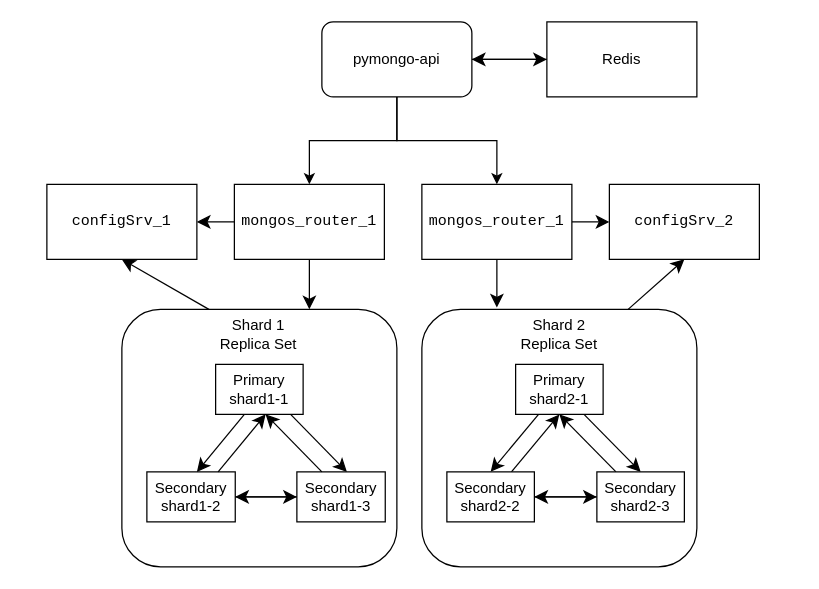
Earlier version of the draw.io diagram docs/task1/third_option.drawio (ayakhont/architecture-black_friday). Source tidied: cells renumbered, new cells numbered last; positions are measured from the earlier drawing's top-left corner, leaving out a move shared by most shapes. Both pictures are drawn from the tidied source at 125%, with x=0, y=0 at pixel (46, 21).
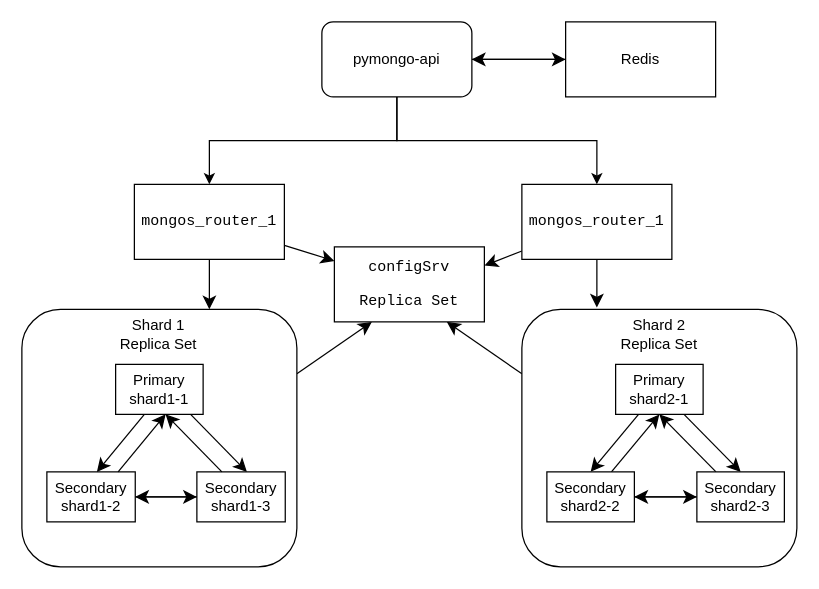
After the change.

Unchanged cells that the change refers to:
```xml
<mxCell id="4" value="pymongo-api" style="rounded=1;whiteSpace=wrap;html=1;" parent="1" vertex="1">
  <mxGeometry x="220" width="120" height="60" as="geometry" />
</mxCell>
```

What changed in the source:
```diff
@@
-    <mxCell id="2" style="edgeStyle=none;curved=1;rounded=0;jettySize=auto;html=1;entryX=0.5;entryY=1;entryDx=0;entryDy=0;fontSize=12;startSize=8;endSize=8;exitX=0.25;exitY=0;exitDx=0;exitDy=0;" parent="1" edge="1" source="22" target="11">
-      <mxGeometry relative="1" as="geometry" />
-    </mxCell>
-    <mxCell id="3" style="edgeStyle=none;curved=1;rounded=0;jettySize=auto;html=1;fontSize=12;startSize=8;endSize=8;" parent="1" edge="1" source="4" target="42">
-      <mxGeometry relative="1" as="geometry" />
+    <mxCell id="3" style="edgeStyle=none;curved=1;rounded=0;jettySize=auto;html=1;fontSize=12;startSize=8;endSize=8;" parent="1" edge="1" target="42">
+      <mxGeometry relative="1" as="geometry">
+        <mxPoint x="340" y="30" as="sourcePoint" />
+      </mxGeometry>
     </mxCell>
+    <mxCell id="41" style="edgeStyle=none;curved=1;rounded=0;jettySize=auto;html=1;entryX=1;entryY=0.5;entryDx=0;entryDy=0;fontSize=12;startSize=8;endSize=8;" parent="1" edge="1" source="42">
+      <mxGeometry relative="1" as="geometry">
+        <mxPoint x="340" y="30" as="targetPoint" />
+      </mxGeometry>
+    </mxCell>
+    <mxCell id="42" value="Redis" style="rounded=0;whiteSpace=wrap;html=1;" parent="1" vertex="1">
+      <mxGeometry x="415" width="120" height="60" as="geometry" />
+    </mxCell>
+    <mxCell id="43" style="edgeStyle=none;curved=1;rounded=0;jettySize=auto;html=1;entryX=0.25;entryY=1;entryDx=0;entryDy=0;fontSize=12;startSize=8;endSize=8;exitX=1;exitY=0.25;exitDx=0;exitDy=0;" parent="1" edge="1" source="55" target="50">
+      <mxGeometry relative="1" as="geometry" />
+    </mxCell>
@@
-    <mxCell id="5" style="edgeStyle=orthogonalEdgeStyle;rounded=0;jettySize=auto;html=1;exitX=0.5;exitY=1;exitDx=0;exitDy=0;entryX=0.5;entryY=0;entryDx=0;entryDy=0;" parent="1" edge="1" source="4" target="7">
-      <mxGeometry relative="1" as="geometry" />
-    </mxCell>
-    <mxCell id="6" style="edgeStyle=none;curved=1;rounded=0;jettySize=auto;html=1;fontSize=12;startSize=8;endSize=8;" parent="1" edge="1" source="7" target="11">
-      <mxGeometry relative="1" as="geometry" />
-    </mxCell>
-    <mxCell id="7" value="&lt;pre class=&quot;code-block__code-wrapper&quot;&gt;&lt;code class=&quot;code-block__code bash&quot;&gt;mongos_router_1&lt;/code&gt;&lt;/pre&gt;" style="rounded=0;whiteSpace=wrap;html=1;" parent="1" vertex="1">
-      <mxGeometry x="150" y="130" width="120" height="60" as="geometry" />
-    </mxCell>
-    <mxCell id="8" style="edgeStyle=none;curved=1;rounded=0;jettySize=auto;html=1;fontSize=12;startSize=8;endSize=8;" parent="1" edge="1" source="9" target="12">
-      <mxGeometry relative="1" as="geometry" />
-    </mxCell>
-    <mxCell id="9" value="&lt;pre class=&quot;code-block__code-wrapper&quot;&gt;&lt;code class=&quot;code-block__code bash&quot;&gt;mongos_router_1&lt;/code&gt;&lt;/pre&gt;" style="rounded=0;whiteSpace=wrap;html=1;" parent="1" vertex="1">
-      <mxGeometry x="300" y="130" width="120" height="60" as="geometry" />
-    </mxCell>
-    <mxCell id="10" style="edgeStyle=orthogonalEdgeStyle;rounded=0;jettySize=auto;html=1;exitX=0.5;exitY=1;exitDx=0;exitDy=0;" parent="1" edge="1" source="4" target="9">
-      <mxGeometry relative="1" as="geometry" />
-    </mxCell>
-    <mxCell id="11" value="&lt;pre class=&quot;code-block__code-wrapper&quot;&gt;&lt;code class=&quot;code-block__code bash&quot;&gt;configSrv_1&lt;/code&gt;&lt;/pre&gt;" style="rounded=0;whiteSpace=wrap;html=1;" parent="1" vertex="1">
-      <mxGeometry y="130" width="120" height="60" as="geometry" />
-    </mxCell>
-    <mxCell id="12" value="&lt;pre class=&quot;code-block__code-wrapper&quot;&gt;&lt;code class=&quot;code-block__code bash&quot;&gt;configSrv_2&lt;/code&gt;&lt;/pre&gt;" style="rounded=0;whiteSpace=wrap;html=1;" parent="1" vertex="1">
-      <mxGeometry x="450" y="130" width="120" height="60" as="geometry" />
-    </mxCell>
-    <mxCell id="13" style="edgeStyle=none;curved=1;rounded=0;jettySize=auto;html=1;entryX=0.5;entryY=1;entryDx=0;entryDy=0;fontSize=12;startSize=8;endSize=8;exitX=0.75;exitY=0;exitDx=0;exitDy=0;" parent="1" edge="1" source="30" target="12">
-      <mxGeometry relative="1" as="geometry" />
-    </mxCell>
-    <mxCell id="14" style="edgeStyle=none;curved=1;rounded=0;jettySize=auto;html=1;entryX=0.5;entryY=0;entryDx=0;entryDy=0;entryPerimeter=0;fontSize=12;startSize=8;endSize=8;" parent="1" edge="1" source="7">
-      <mxGeometry relative="1" as="geometry">
-        <mxPoint x="210" y="230" as="targetPoint" />
-      </mxGeometry>
-    </mxCell>
-    <mxCell id="15" style="edgeStyle=none;curved=1;rounded=0;jettySize=auto;html=1;entryX=0.5;entryY=0;entryDx=0;entryDy=0;entryPerimeter=0;fontSize=12;startSize=8;endSize=8;" parent="1" edge="1" source="9">
-      <mxGeometry relative="1" as="geometry">
-        <mxPoint x="360" y="228.5" as="targetPoint" />
-      </mxGeometry>
-    </mxCell>
-    <mxCell id="16" style="group;" parent="1" vertex="1">
-      <mxGeometry x="60" y="230" width="220" height="206" as="geometry" />
-    </mxCell>
-    <mxCell id="17" style="rounded=1;whiteSpace=wrap;html=1;" parent="16" vertex="1">
-      <mxGeometry width="220" height="206" as="geometry" />
-    </mxCell>
+    <mxCell id="44" style="edgeStyle=orthogonalEdgeStyle;rounded=0;jettySize=auto;html=1;exitX=0.5;exitY=1;exitDx=0;exitDy=0;entryX=0.5;entryY=0;entryDx=0;entryDy=0;" parent="1" edge="1" source="4" target="46">
+      <mxGeometry relative="1" as="geometry" />
+    </mxCell>
+    <mxCell id="45" style="edgeStyle=none;curved=1;rounded=0;jettySize=auto;html=1;fontSize=12;startSize=8;endSize=8;" parent="1" edge="1" source="46" target="50">
+      <mxGeometry relative="1" as="geometry" />
+    </mxCell>
+    <mxCell id="46" value="&lt;pre class=&quot;code-block__code-wrapper&quot;&gt;&lt;code class=&quot;code-block__code bash&quot;&gt;mongos_router_1&lt;/code&gt;&lt;/pre&gt;" style="rounded=0;whiteSpace=wrap;html=1;" parent="1" vertex="1">
+      <mxGeometry x="70" y="130" width="120" height="60" as="geometry" />
+    </mxCell>
+    <mxCell id="47" style="edgeStyle=none;curved=1;rounded=0;jettySize=auto;html=1;fontSize=12;startSize=8;endSize=8;entryX=1;entryY=0.25;entryDx=0;entryDy=0;" parent="1" edge="1" source="48" target="50">
+      <mxGeometry relative="1" as="geometry" />
+    </mxCell>
+    <mxCell id="48" value="&lt;pre class=&quot;code-block__code-wrapper&quot;&gt;&lt;code class=&quot;code-block__code bash&quot;&gt;mongos_router_1&lt;/code&gt;&lt;/pre&gt;" style="rounded=0;whiteSpace=wrap;html=1;" parent="1" vertex="1">
+      <mxGeometry x="380" y="130" width="120" height="60" as="geometry" />
+    </mxCell>
+    <mxCell id="49" style="edgeStyle=orthogonalEdgeStyle;rounded=0;jettySize=auto;html=1;exitX=0.5;exitY=1;exitDx=0;exitDy=0;" parent="1" edge="1" source="4" target="48">
+      <mxGeometry relative="1" as="geometry" />
+    </mxCell>
+    <mxCell id="50" value="&lt;pre class=&quot;code-block__code-wrapper&quot;&gt;&lt;code class=&quot;code-block__code bash&quot;&gt;configSrv&lt;/code&gt;&lt;/pre&gt;&lt;pre class=&quot;code-block__code-wrapper&quot;&gt;&lt;code class=&quot;code-block__code bash&quot;&gt;Replica Set&lt;/code&gt;&lt;/pre&gt;" style="rounded=0;whiteSpace=wrap;html=1;" parent="1" vertex="1">
+      <mxGeometry x="230" y="180" width="120" height="60" as="geometry" />
+    </mxCell>
+    <mxCell id="51" style="edgeStyle=none;curved=1;rounded=0;jettySize=auto;html=1;entryX=0.75;entryY=1;entryDx=0;entryDy=0;fontSize=12;startSize=8;endSize=8;exitX=0;exitY=0.25;exitDx=0;exitDy=0;" parent="1" edge="1" source="63" target="50">
+      <mxGeometry relative="1" as="geometry" />
+    </mxCell>
+    <mxCell id="52" style="edgeStyle=none;curved=1;rounded=0;jettySize=auto;html=1;entryX=0.5;entryY=0;entryDx=0;entryDy=0;entryPerimeter=0;fontSize=12;startSize=8;endSize=8;" parent="1" edge="1" source="46">
+      <mxGeometry relative="1" as="geometry">
+        <mxPoint x="130" y="230" as="targetPoint" />
+      </mxGeometry>
+    </mxCell>
+    <mxCell id="53" style="edgeStyle=none;curved=1;rounded=0;jettySize=auto;html=1;entryX=0.5;entryY=0;entryDx=0;entryDy=0;entryPerimeter=0;fontSize=12;startSize=8;endSize=8;" parent="1" edge="1" source="48">
+      <mxGeometry relative="1" as="geometry">
+        <mxPoint x="440" y="228.5" as="targetPoint" />
+      </mxGeometry>
+    </mxCell>
+    <mxCell id="54" style="group;" parent="1" vertex="1">
+      <mxGeometry x="-20" y="230" width="220" height="206" as="geometry" />
+    </mxCell>
+    <mxCell id="55" style="rounded=1;whiteSpace=wrap;html=1;" parent="54" vertex="1">
+      <mxGeometry width="220" height="206" as="geometry" />
+    </mxCell>
-    <mxCell id="18" value="&lt;div&gt;Primary&lt;/div&gt;&lt;div&gt;shard1-1&lt;/div&gt;" style="rounded=0;whiteSpace=wrap;html=1;" parent="16" vertex="1">
+    <mxCell id="18" value="&lt;div&gt;Primary&lt;/div&gt;&lt;div&gt;shard1-1&lt;/div&gt;" style="rounded=0;whiteSpace=wrap;html=1;" parent="54" vertex="1">
       <mxGeometry x="75" y="44" width="70" height="40" as="geometry" />
     </mxCell>
-    <mxCell id="19" style="edgeStyle=none;curved=1;rounded=0;jettySize=auto;html=1;fontSize=12;startSize=8;endSize=8;" parent="16" edge="1" source="20">
-      <mxGeometry relative="1" as="geometry">
-        <mxPoint x="140" y="150" as="targetPoint" />
-      </mxGeometry>
-    </mxCell>
+    <mxCell id="56" style="edgeStyle=none;curved=1;rounded=0;jettySize=auto;html=1;fontSize=12;startSize=8;endSize=8;" parent="54" edge="1" source="20">
+      <mxGeometry relative="1" as="geometry">
+        <mxPoint x="140" y="150" as="targetPoint" />
+      </mxGeometry>
+    </mxCell>
-    <mxCell id="20" value="&lt;div&gt;Secondary&lt;/div&gt;&lt;div&gt;shard1-2&lt;/div&gt;" style="rounded=0;whiteSpace=wrap;html=1;" parent="16" vertex="1">
+    <mxCell id="20" value="&lt;div&gt;Secondary&lt;/div&gt;&lt;div&gt;shard1-2&lt;/div&gt;" style="rounded=0;whiteSpace=wrap;html=1;" parent="54" vertex="1">
       <mxGeometry x="20" y="130" width="70.7" height="40" as="geometry" />
     </mxCell>
-    <mxCell id="21" value="&lt;div&gt;Secondary&lt;/div&gt;&lt;div&gt;shard1-3&lt;/div&gt;" style="rounded=0;whiteSpace=wrap;html=1;" parent="16" vertex="1">
+    <mxCell id="21" value="&lt;div&gt;Secondary&lt;/div&gt;&lt;div&gt;shard1-3&lt;/div&gt;" style="rounded=0;whiteSpace=wrap;html=1;" parent="54" vertex="1">
       <mxGeometry x="140" y="130" width="70.7" height="40" as="geometry" />
     </mxCell>
-    <mxCell id="22" value="&lt;div&gt;Shard 1&lt;/div&gt;&lt;div&gt;Replica Set&lt;/div&gt;" style="text;html=1;whiteSpace=wrap;strokeColor=none;fillColor=none;align=center;verticalAlign=middle;rounded=0;" parent="16" vertex="1">
+    <mxCell id="22" value="&lt;div&gt;Shard 1&lt;/div&gt;&lt;div&gt;Replica Set&lt;/div&gt;" style="text;html=1;whiteSpace=wrap;strokeColor=none;fillColor=none;align=center;verticalAlign=middle;rounded=0;" parent="54" vertex="1">
       <mxGeometry x="29.3" width="161.3" height="40" as="geometry" />
     </mxCell>
-    <mxCell id="23" style="edgeStyle=none;curved=1;rounded=0;orthogonalLoop=1;jettySize=auto;html=1;entryX=1;entryY=0.5;entryDx=0;entryDy=0;fontSize=12;startSize=8;endSize=8;" parent="16" edge="1" source="22" target="22">
+    <mxCell id="23" style="edgeStyle=none;curved=1;rounded=0;orthogonalLoop=1;jettySize=auto;html=1;entryX=1;entryY=0.5;entryDx=0;entryDy=0;fontSize=12;startSize=8;endSize=8;" parent="54" edge="1" source="22" target="22">
       <mxGeometry relative="1" as="geometry" />
     </mxCell>
-    <mxCell id="24" style="edgeStyle=none;curved=1;rounded=0;orthogonalLoop=1;jettySize=auto;html=1;entryX=0.5;entryY=0;entryDx=0;entryDy=0;fontSize=12;startSize=8;endSize=8;" parent="16" edge="1">
-      <mxGeometry relative="1" as="geometry">
-        <mxPoint x="98" y="84" as="sourcePoint" />
-        <mxPoint x="60" y="130" as="targetPoint" />
-      </mxGeometry>
-    </mxCell>
-    <mxCell id="25" style="edgeStyle=none;curved=1;rounded=0;orthogonalLoop=1;jettySize=auto;html=1;entryX=0.5;entryY=0;entryDx=0;entryDy=0;fontSize=12;startSize=8;endSize=8;" parent="16" edge="1">
-      <mxGeometry relative="1" as="geometry">
-        <mxPoint x="135" y="84" as="sourcePoint" />
-        <mxPoint x="180" y="130" as="targetPoint" />
-      </mxGeometry>
-    </mxCell>
-    <mxCell id="26" style="edgeStyle=none;curved=1;rounded=0;orthogonalLoop=1;jettySize=auto;html=1;entryX=0.5;entryY=1;entryDx=0;entryDy=0;fontSize=12;startSize=8;endSize=8;" parent="16" edge="1">
-      <mxGeometry relative="1" as="geometry">
-        <mxPoint x="77" y="130" as="sourcePoint" />
-        <mxPoint x="115" y="84" as="targetPoint" />
-      </mxGeometry>
-    </mxCell>
-    <mxCell id="27" style="edgeStyle=none;curved=1;rounded=0;jettySize=auto;html=1;fontSize=12;startSize=8;endSize=8;" parent="16" edge="1" target="20">
-      <mxGeometry relative="1" as="geometry">
-        <mxPoint x="140" y="150" as="sourcePoint" />
-      </mxGeometry>
-    </mxCell>
-    <mxCell id="28" style="edgeStyle=none;curved=1;rounded=0;orthogonalLoop=1;jettySize=auto;html=1;entryX=0.5;entryY=1;entryDx=0;entryDy=0;fontSize=12;startSize=8;endSize=8;" parent="16" edge="1">
-      <mxGeometry relative="1" as="geometry">
-        <mxPoint x="160" y="130" as="sourcePoint" />
-        <mxPoint x="115" y="84" as="targetPoint" />
-      </mxGeometry>
-    </mxCell>
-    <mxCell id="29" style="group;" parent="1" vertex="1">
-      <mxGeometry x="300" y="230" width="220" height="206" as="geometry" />
-    </mxCell>
-    <mxCell id="30" style="rounded=1;whiteSpace=wrap;html=1;" parent="29" vertex="1">
-      <mxGeometry width="220" height="206" as="geometry" />
-    </mxCell>
+    <mxCell id="57" style="edgeStyle=none;curved=1;rounded=0;orthogonalLoop=1;jettySize=auto;html=1;entryX=0.5;entryY=0;entryDx=0;entryDy=0;fontSize=12;startSize=8;endSize=8;" parent="54" edge="1">
+      <mxGeometry relative="1" as="geometry">
+        <mxPoint x="98" y="84" as="sourcePoint" />
+        <mxPoint x="60" y="130" as="targetPoint" />
+      </mxGeometry>
+    </mxCell>
+    <mxCell id="58" style="edgeStyle=none;curved=1;rounded=0;orthogonalLoop=1;jettySize=auto;html=1;entryX=0.5;entryY=0;entryDx=0;entryDy=0;fontSize=12;startSize=8;endSize=8;" parent="54" edge="1">
+      <mxGeometry relative="1" as="geometry">
+        <mxPoint x="135" y="84" as="sourcePoint" />
+        <mxPoint x="180" y="130" as="targetPoint" />
+      </mxGeometry>
+    </mxCell>
+    <mxCell id="59" style="edgeStyle=none;curved=1;rounded=0;orthogonalLoop=1;jettySize=auto;html=1;entryX=0.5;entryY=1;entryDx=0;entryDy=0;fontSize=12;startSize=8;endSize=8;" parent="54" edge="1">
+      <mxGeometry relative="1" as="geometry">
+        <mxPoint x="77" y="130" as="sourcePoint" />
+        <mxPoint x="115" y="84" as="targetPoint" />
+      </mxGeometry>
+    </mxCell>
+    <mxCell id="60" style="edgeStyle=none;curved=1;rounded=0;jettySize=auto;html=1;fontSize=12;startSize=8;endSize=8;" parent="54" edge="1" target="20">
+      <mxGeometry relative="1" as="geometry">
+        <mxPoint x="140" y="150" as="sourcePoint" />
+      </mxGeometry>
+    </mxCell>
+    <mxCell id="61" style="edgeStyle=none;curved=1;rounded=0;orthogonalLoop=1;jettySize=auto;html=1;entryX=0.5;entryY=1;entryDx=0;entryDy=0;fontSize=12;startSize=8;endSize=8;" parent="54" edge="1">
+      <mxGeometry relative="1" as="geometry">
+        <mxPoint x="160" y="130" as="sourcePoint" />
+        <mxPoint x="115" y="84" as="targetPoint" />
+      </mxGeometry>
+    </mxCell>
+    <mxCell id="62" style="group;" parent="1" vertex="1">
+      <mxGeometry x="380" y="230" width="220" height="206" as="geometry" />
+    </mxCell>
+    <mxCell id="63" style="rounded=1;whiteSpace=wrap;html=1;" parent="62" vertex="1">
+      <mxGeometry width="220" height="206" as="geometry" />
+    </mxCell>
-    <mxCell id="31" style="edgeStyle=none;curved=1;rounded=0;jettySize=auto;html=1;entryX=0.5;entryY=0;entryDx=0;entryDy=0;fontSize=12;startSize=8;endSize=8;" parent="29" edge="1" source="33" target="36">
+    <mxCell id="31" style="edgeStyle=none;curved=1;rounded=0;jettySize=auto;html=1;entryX=0.5;entryY=0;entryDx=0;entryDy=0;fontSize=12;startSize=8;endSize=8;" parent="62" edge="1" source="33" target="36">
       <mxGeometry relative="1" as="geometry" />
     </mxCell>
-    <mxCell id="32" style="edgeStyle=none;curved=1;rounded=0;jettySize=auto;html=1;entryX=0.5;entryY=0;entryDx=0;entryDy=0;fontSize=12;startSize=8;endSize=8;" parent="29" edge="1" source="33" target="39">
+    <mxCell id="32" style="edgeStyle=none;curved=1;rounded=0;jettySize=auto;html=1;entryX=0.5;entryY=0;entryDx=0;entryDy=0;fontSize=12;startSize=8;endSize=8;" parent="62" edge="1" source="33" target="39">
       <mxGeometry relative="1" as="geometry" />
     </mxCell>
-    <mxCell id="33" value="&lt;div&gt;Primary&lt;/div&gt;&lt;div&gt;shard2-1&lt;/div&gt;" style="rounded=0;whiteSpace=wrap;html=1;" parent="29" vertex="1">
+    <mxCell id="33" value="&lt;div&gt;Primary&lt;/div&gt;&lt;div&gt;shard2-1&lt;/div&gt;" style="rounded=0;whiteSpace=wrap;html=1;" parent="62" vertex="1">
       <mxGeometry x="75" y="44" width="70" height="40" as="geometry" />
     </mxCell>
-    <mxCell id="34" style="edgeStyle=none;curved=1;rounded=0;jettySize=auto;html=1;entryX=0;entryY=0.5;entryDx=0;entryDy=0;fontSize=12;startSize=8;endSize=8;" parent="29" edge="1" source="36" target="39">
+    <mxCell id="34" style="edgeStyle=none;curved=1;rounded=0;jettySize=auto;html=1;entryX=0;entryY=0.5;entryDx=0;entryDy=0;fontSize=12;startSize=8;endSize=8;" parent="62" edge="1" source="36" target="39">
       <mxGeometry relative="1" as="geometry" />
     </mxCell>
-    <mxCell id="35" style="edgeStyle=none;curved=1;rounded=0;jettySize=auto;html=1;entryX=0.5;entryY=1;entryDx=0;entryDy=0;fontSize=12;startSize=8;endSize=8;" parent="29" edge="1" source="36" target="33">
+    <mxCell id="35" style="edgeStyle=none;curved=1;rounded=0;jettySize=auto;html=1;entryX=0.5;entryY=1;entryDx=0;entryDy=0;fontSize=12;startSize=8;endSize=8;" parent="62" edge="1" source="36" target="33">
       <mxGeometry relative="1" as="geometry" />
     </mxCell>
-    <mxCell id="36" value="&lt;div&gt;Secondary&lt;/div&gt;shard2-2" style="rounded=0;whiteSpace=wrap;html=1;" parent="29" vertex="1">
+    <mxCell id="36" value="&lt;div&gt;Secondary&lt;/div&gt;shard2-2" style="rounded=0;whiteSpace=wrap;html=1;" parent="62" vertex="1">
       <mxGeometry x="20" y="130" width="70" height="40" as="geometry" />
     </mxCell>
-    <mxCell id="37" style="edgeStyle=none;curved=1;rounded=0;jettySize=auto;html=1;entryX=1;entryY=0.5;entryDx=0;entryDy=0;fontSize=12;startSize=8;endSize=8;" parent="29" edge="1" source="39" target="36">
+    <mxCell id="37" style="edgeStyle=none;curved=1;rounded=0;jettySize=auto;html=1;entryX=1;entryY=0.5;entryDx=0;entryDy=0;fontSize=12;startSize=8;endSize=8;" parent="62" edge="1" source="39" target="36">
       <mxGeometry relative="1" as="geometry" />
     </mxCell>
-    <mxCell id="38" style="edgeStyle=none;curved=1;rounded=0;jettySize=auto;html=1;entryX=0.5;entryY=1;entryDx=0;entryDy=0;fontSize=12;startSize=8;endSize=8;" parent="29" edge="1" source="39" target="33">
+    <mxCell id="38" style="edgeStyle=none;curved=1;rounded=0;jettySize=auto;html=1;entryX=0.5;entryY=1;entryDx=0;entryDy=0;fontSize=12;startSize=8;endSize=8;" parent="62" edge="1" source="39" target="33">
       <mxGeometry relative="1" as="geometry" />
     </mxCell>
-    <mxCell id="39" value="&lt;div&gt;Secondary&lt;/div&gt;&lt;div&gt;shard2-3&lt;/div&gt;" style="rounded=0;whiteSpace=wrap;html=1;" parent="29" vertex="1">
+    <mxCell id="39" value="&lt;div&gt;Secondary&lt;/div&gt;&lt;div&gt;shard2-3&lt;/div&gt;" style="rounded=0;whiteSpace=wrap;html=1;" parent="62" vertex="1">
       <mxGeometry x="140" y="130" width="70" height="40" as="geometry" />
     </mxCell>
-    <mxCell id="40" value="&lt;div&gt;Shard 2&lt;/div&gt;&lt;div&gt;Replica Set&lt;/div&gt;" style="text;html=1;whiteSpace=wrap;strokeColor=none;fillColor=none;align=center;verticalAlign=middle;rounded=0;" parent="29" vertex="1">
+    <mxCell id="40" value="&lt;div&gt;Shard 2&lt;/div&gt;&lt;div&gt;Replica Set&lt;/div&gt;" style="text;html=1;whiteSpace=wrap;strokeColor=none;fillColor=none;align=center;verticalAlign=middle;rounded=0;" parent="62" vertex="1">
       <mxGeometry x="55" width="110" height="40" as="geometry" />
     </mxCell>
-    <mxCell id="41" style="edgeStyle=none;curved=1;rounded=0;jettySize=auto;html=1;entryX=1;entryY=0.5;entryDx=0;entryDy=0;fontSize=12;startSize=8;endSize=8;" parent="1" edge="1" source="42" target="4">
-      <mxGeometry relative="1" as="geometry" />
-    </mxCell>
-    <mxCell id="42" value="Redis" style="rounded=0;whiteSpace=wrap;html=1;" parent="1" vertex="1">
-      <mxGeometry x="400" width="120" height="60" as="geometry" />
-    </mxCell>
```
